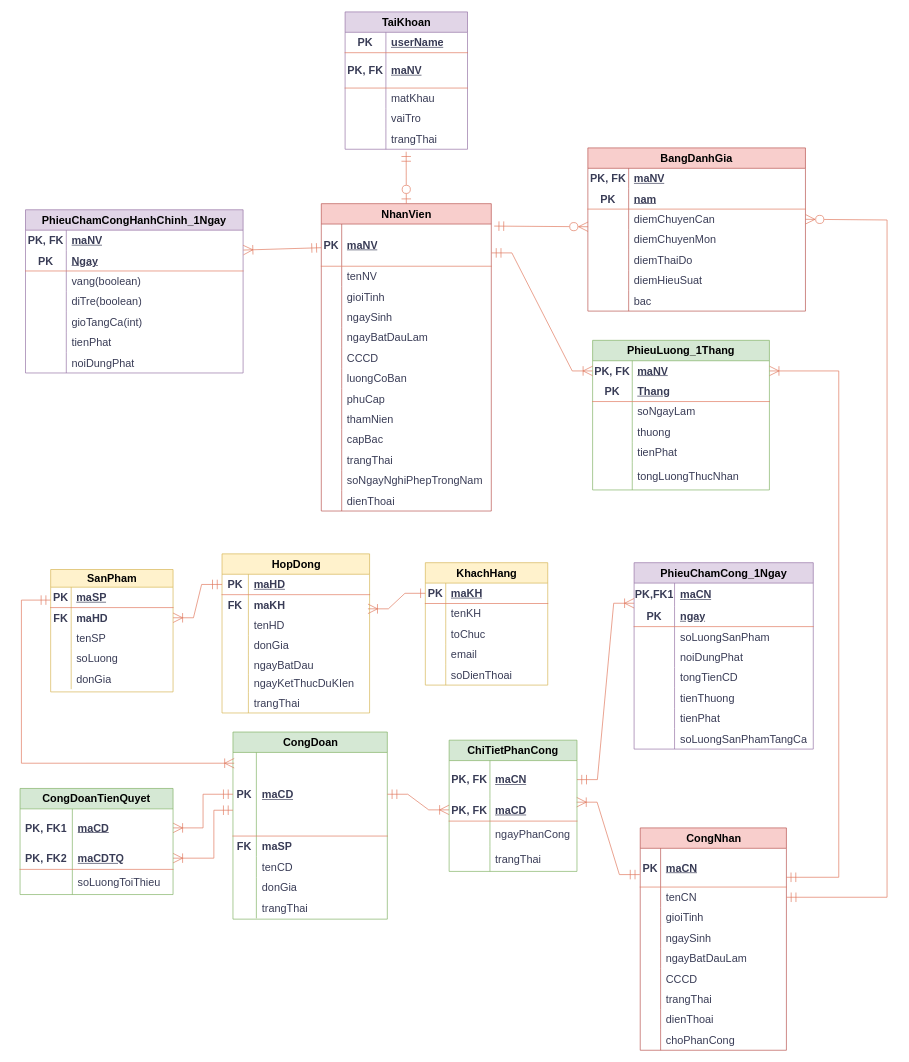
The draw.io diagram page "Class Nè" (2 of 3) of EntityRelationshipDiagram.drawio in TomTom2k/-management-of-a-ceramic-processing-company, before the edit. Source tidied: cells renumbered, new cells numbered last; positions are measured from the earlier drawing's top-left corner, leaving out a move shared by most shapes. Both pictures are drawn from the tidied source at 68%, with x=0, y=0 at pixel (20, 12).
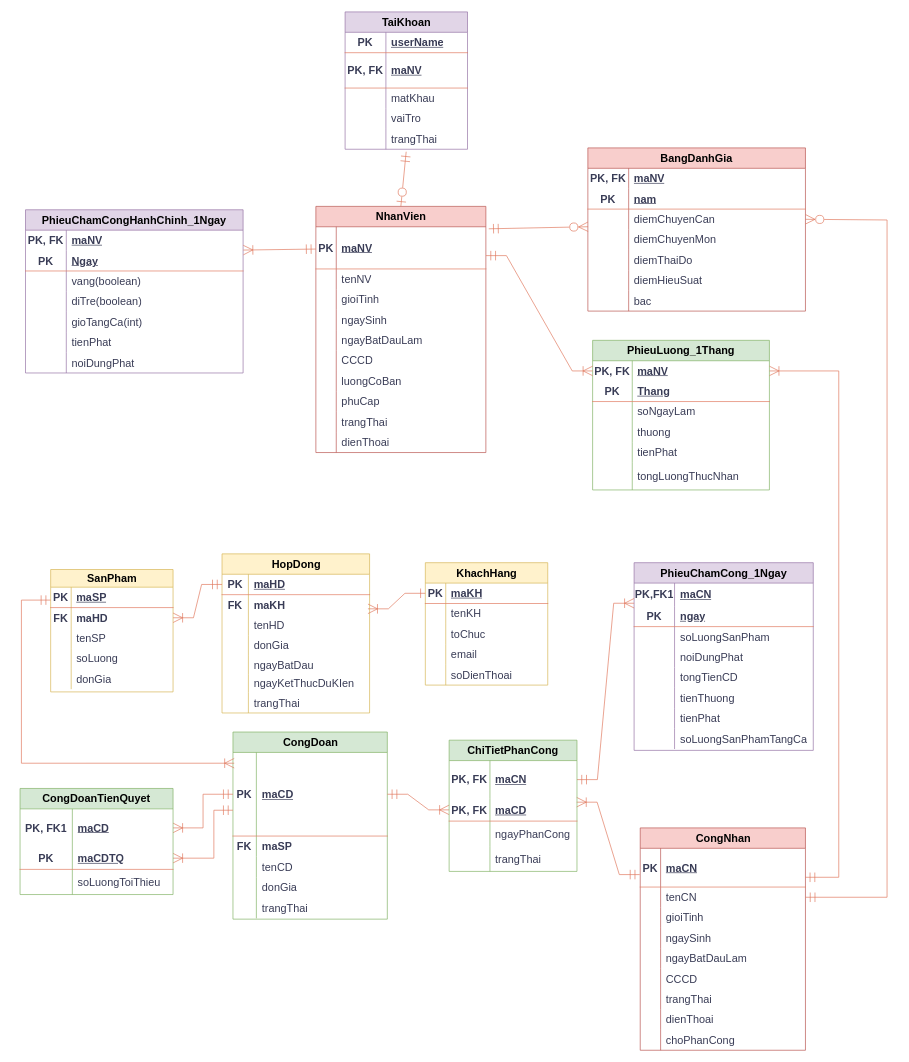
After the change.

Unchanged cells that the change refers to:
```xml
<mxCell id="251" style="shape=tableRow;horizontal=0;startSize=0;swimlaneHead=0;swimlaneBody=0;fillColor=none;points=[[0,0.5],[1,0.5]];portConstraint=eastwest;top=0;left=0;right=0;bottom=1;html=1;labelBackgroundColor=none;strokeColor=#E07A5F;fontColor=#393C56;fontSize=16;" parent="247" vertex="1">
  <mxGeometry y="86" width="225" height="33" as="geometry" />
</mxCell>
```

Change to the diagram source:
```diff
@@
     <mxCell id="2" value="CongNhan" style="shape=table;startSize=30;childLayout=tableLayout;rowLines=0;fontStyle=1;align=center;html=1;labelBackgroundColor=none;fillColor=#f8cecc;strokeColor=#b85450;fontSize=16;" parent="1" vertex="1">
-      <mxGeometry x="912" y="1200" width="215" height="327" as="geometry" />
+      <mxGeometry x="912" y="1200" width="243" height="327" as="geometry" />
     </mxCell>
     <mxCell id="3" style="shape=tableRow;horizontal=0;startSize=0;swimlaneHead=0;swimlaneBody=0;fillColor=none;points=[[0,0.5],[1,0.5]];portConstraint=eastwest;top=0;left=0;right=0;bottom=1;labelBackgroundColor=none;strokeColor=#E07A5F;fontColor=#393C56;fontSize=16;" parent="2" vertex="1">
-      <mxGeometry y="30" width="215" height="57" as="geometry" />
+      <mxGeometry y="30" width="243" height="57" as="geometry" />
     </mxCell>
@@
     <mxCell id="5" value="maCN" style="shape=partialRectangle;fillColor=none;top=0;left=0;bottom=0;right=0;align=left;spacingLeft=6;fontStyle=5;overflow=hidden;whiteSpace=wrap;html=1;labelBackgroundColor=none;strokeColor=#E07A5F;fontColor=#393C56;fontSize=16;" parent="3" vertex="1">
-      <mxGeometry x="30" width="185" height="57" as="geometry" />
+      <mxGeometry x="30" width="213" height="57" as="geometry" />
     </mxCell>
     <mxCell id="6" style="shape=tableRow;horizontal=0;startSize=0;swimlaneHead=0;swimlaneBody=0;fillColor=none;points=[[0,0.5],[1,0.5]];portConstraint=eastwest;top=0;left=0;right=0;bottom=0;labelBackgroundColor=none;strokeColor=#E07A5F;fontColor=#393C56;fontSize=16;" parent="2" vertex="1">
-      <mxGeometry y="87" width="215" height="30" as="geometry" />
+      <mxGeometry y="87" width="243" height="30" as="geometry" />
     </mxCell>
@@
     <mxCell id="8" value="tenCN" style="shape=partialRectangle;fillColor=none;top=0;left=0;bottom=0;right=0;align=left;spacingLeft=6;overflow=hidden;whiteSpace=wrap;html=1;labelBackgroundColor=none;strokeColor=#E07A5F;fontColor=#393C56;fontSize=16;" parent="6" vertex="1">
-      <mxGeometry x="30" width="185" height="30" as="geometry" />
+      <mxGeometry x="30" width="213" height="30" as="geometry" />
     </mxCell>
     <mxCell id="9" style="shape=tableRow;horizontal=0;startSize=0;swimlaneHead=0;swimlaneBody=0;fillColor=none;top=0;left=0;right=0;bottom=0;labelBackgroundColor=none;strokeColor=#E07A5F;fontColor=#393C56;fontSize=16;" parent="2" vertex="1">
-      <mxGeometry y="117" width="215" height="30" as="geometry" />
+      <mxGeometry y="117" width="243" height="30" as="geometry" />
     </mxCell>
@@
     <mxCell id="11" value="gioiTinh" style="shape=partialRectangle;fillColor=none;top=0;left=0;bottom=0;right=0;align=left;spacingLeft=6;overflow=hidden;whiteSpace=wrap;html=1;labelBackgroundColor=none;strokeColor=#E07A5F;fontColor=#393C56;fontSize=16;" parent="9" vertex="1">
-      <mxGeometry x="30" width="185" height="30" as="geometry" />
+      <mxGeometry x="30" width="213" height="30" as="geometry" />
     </mxCell>
     <mxCell id="12" style="shape=tableRow;horizontal=0;startSize=0;swimlaneHead=0;swimlaneBody=0;fillColor=none;top=0;left=0;right=0;bottom=0;labelBackgroundColor=none;strokeColor=#E07A5F;fontColor=#393C56;fontSize=16;" parent="2" vertex="1">
-      <mxGeometry y="147" width="215" height="30" as="geometry" />
+      <mxGeometry y="147" width="243" height="30" as="geometry" />
     </mxCell>
@@
     <mxCell id="14" value="ngaySinh" style="shape=partialRectangle;fillColor=none;top=0;left=0;bottom=0;right=0;align=left;spacingLeft=6;overflow=hidden;whiteSpace=wrap;html=1;labelBackgroundColor=none;strokeColor=#E07A5F;fontColor=#393C56;fontSize=16;" parent="12" vertex="1">
-      <mxGeometry x="30" width="185" height="30" as="geometry" />
+      <mxGeometry x="30" width="213" height="30" as="geometry" />
     </mxCell>
     <mxCell id="15" style="shape=tableRow;horizontal=0;startSize=0;swimlaneHead=0;swimlaneBody=0;fillColor=none;top=0;left=0;right=0;bottom=0;labelBackgroundColor=none;strokeColor=#E07A5F;fontColor=#393C56;fontSize=16;" parent="2" vertex="1">
-      <mxGeometry y="177" width="215" height="30" as="geometry" />
+      <mxGeometry y="177" width="243" height="30" as="geometry" />
     </mxCell>
@@
     <mxCell id="17" value="ngayBatDauLam" style="shape=partialRectangle;fillColor=none;top=0;left=0;bottom=0;right=0;align=left;spacingLeft=6;overflow=hidden;whiteSpace=wrap;html=1;labelBackgroundColor=none;strokeColor=#E07A5F;fontColor=#393C56;fontSize=16;" parent="15" vertex="1">
-      <mxGeometry x="30" width="185" height="30" as="geometry" />
+      <mxGeometry x="30" width="213" height="30" as="geometry" />
     </mxCell>
     <mxCell id="18" style="shape=tableRow;horizontal=0;startSize=0;swimlaneHead=0;swimlaneBody=0;fillColor=none;top=0;left=0;right=0;bottom=0;labelBackgroundColor=none;strokeColor=#E07A5F;fontColor=#393C56;fontSize=16;" parent="2" vertex="1">
-      <mxGeometry y="207" width="215" height="30" as="geometry" />
+      <mxGeometry y="207" width="243" height="30" as="geometry" />
     </mxCell>
@@
     <mxCell id="20" value="CCCD" style="shape=partialRectangle;fillColor=none;top=0;left=0;bottom=0;right=0;align=left;spacingLeft=6;overflow=hidden;whiteSpace=wrap;html=1;labelBackgroundColor=none;strokeColor=#E07A5F;fontColor=#393C56;fontSize=16;" parent="18" vertex="1">
-      <mxGeometry x="30" width="185" height="30" as="geometry" />
+      <mxGeometry x="30" width="213" height="30" as="geometry" />
     </mxCell>
     <mxCell id="21" style="shape=tableRow;horizontal=0;startSize=0;swimlaneHead=0;swimlaneBody=0;fillColor=none;top=0;left=0;right=0;bottom=0;labelBackgroundColor=none;strokeColor=#E07A5F;fontColor=#393C56;fontSize=16;" parent="2" vertex="1">
-      <mxGeometry y="237" width="215" height="30" as="geometry" />
+      <mxGeometry y="237" width="243" height="30" as="geometry" />
     </mxCell>
@@
     <mxCell id="23" value="trangThai" style="shape=partialRectangle;fillColor=none;top=0;left=0;bottom=0;right=0;align=left;spacingLeft=6;overflow=hidden;whiteSpace=wrap;html=1;labelBackgroundColor=none;strokeColor=#E07A5F;fontColor=#393C56;fontSize=16;" parent="21" vertex="1">
-      <mxGeometry x="30" width="185" height="30" as="geometry" />
+      <mxGeometry x="30" width="213" height="30" as="geometry" />
     </mxCell>
     <mxCell id="24" style="shape=tableRow;horizontal=0;startSize=0;swimlaneHead=0;swimlaneBody=0;fillColor=none;top=0;left=0;right=0;bottom=0;labelBackgroundColor=none;strokeColor=#E07A5F;fontColor=#393C56;fontSize=16;" parent="2" vertex="1">
-      <mxGeometry y="267" width="215" height="30" as="geometry" />
+      <mxGeometry y="267" width="243" height="30" as="geometry" />
     </mxCell>
@@
     <mxCell id="26" value="dienThoai" style="shape=partialRectangle;fillColor=none;top=0;left=0;bottom=0;right=0;align=left;spacingLeft=6;overflow=hidden;whiteSpace=wrap;html=1;labelBackgroundColor=none;strokeColor=#E07A5F;fontColor=#393C56;fontSize=16;" parent="24" vertex="1">
-      <mxGeometry x="30" width="185" height="30" as="geometry" />
+      <mxGeometry x="30" width="213" height="30" as="geometry" />
     </mxCell>
     <mxCell id="27" style="shape=tableRow;horizontal=0;startSize=0;swimlaneHead=0;swimlaneBody=0;fillColor=none;top=0;left=0;right=0;bottom=0;labelBackgroundColor=none;strokeColor=#E07A5F;fontColor=#393C56;fontSize=16;" parent="2" vertex="1">
-      <mxGeometry y="297" width="215" height="30" as="geometry" />
+      <mxGeometry y="297" width="243" height="30" as="geometry" />
     </mxCell>
@@
     <mxCell id="29" value="choPhanCong" style="shape=partialRectangle;fillColor=none;top=0;left=0;bottom=0;right=0;align=left;spacingLeft=6;overflow=hidden;whiteSpace=wrap;html=1;labelBackgroundColor=none;strokeColor=#E07A5F;fontColor=#393C56;fontSize=16;" parent="27" vertex="1">
-      <mxGeometry x="30" width="185" height="30" as="geometry" />
+      <mxGeometry x="30" width="213" height="30" as="geometry" />
     </mxCell>
@@
     <mxCell id="100" value="PhieuChamCong_1Ngay" style="shape=table;startSize=30;childLayout=tableLayout;rowLines=0;fontStyle=1;align=center;html=1;whiteSpace=wrap;labelBackgroundColor=none;fillColor=#e1d5e7;strokeColor=#9673a6;fontSize=16;" parent="1" vertex="1">
-      <mxGeometry x="903" y="810" width="263.5" height="274.1" as="geometry" />
+      <mxGeometry x="903" y="810" width="263.5" height="276" as="geometry" />
     </mxCell>
@@
     <mxCell id="125" value="NhanVien" style="shape=table;startSize=30;childLayout=tableLayout;rowLines=0;fontStyle=1;align=center;html=1;labelBackgroundColor=none;fillColor=#f8cecc;strokeColor=#b85450;fontSize=16;" parent="1" vertex="1">
-      <mxGeometry x="443" y="282" width="250" height="452" as="geometry" />
+      <mxGeometry x="435" y="286" width="250" height="362" as="geometry" />
     </mxCell>
@@
-    <mxCell id="150" style="shape=tableRow;horizontal=0;startSize=0;swimlaneHead=0;swimlaneBody=0;fillColor=none;top=0;left=0;right=0;bottom=0;labelBackgroundColor=none;strokeColor=#E07A5F;fontColor=#393C56;fontSize=16;" parent="125" vertex="1">
-      <mxGeometry y="302" width="250" height="30" as="geometry" />
-    </mxCell>
-    <mxCell id="151" style="shape=partialRectangle;fillColor=none;top=0;left=0;bottom=0;right=0;overflow=hidden;whiteSpace=wrap;html=1;labelBackgroundColor=none;strokeColor=#E07A5F;fontColor=#393C56;fontSize=16;" parent="150" vertex="1">
-      <mxGeometry width="30" height="30" as="geometry" />
-    </mxCell>
-    <mxCell id="152" value="thamNien" style="shape=partialRectangle;fillColor=none;top=0;left=0;bottom=0;right=0;align=left;spacingLeft=6;overflow=hidden;whiteSpace=wrap;html=1;labelBackgroundColor=none;strokeColor=#E07A5F;fontColor=#393C56;fontSize=16;" parent="150" vertex="1">
-      <mxGeometry x="30" width="220" height="30" as="geometry" />
-    </mxCell>
-    <mxCell id="153" style="shape=tableRow;horizontal=0;startSize=0;swimlaneHead=0;swimlaneBody=0;fillColor=none;top=0;left=0;right=0;bottom=0;labelBackgroundColor=none;strokeColor=#E07A5F;fontColor=#393C56;fontSize=16;" parent="125" vertex="1">
-      <mxGeometry y="332" width="250" height="30" as="geometry" />
-    </mxCell>
-    <mxCell id="154" style="shape=partialRectangle;fillColor=none;top=0;left=0;bottom=0;right=0;overflow=hidden;whiteSpace=wrap;html=1;labelBackgroundColor=none;strokeColor=#E07A5F;fontColor=#393C56;fontSize=16;" parent="153" vertex="1">
-      <mxGeometry width="30" height="30" as="geometry" />
-    </mxCell>
-    <mxCell id="155" value="capBac" style="shape=partialRectangle;fillColor=none;top=0;left=0;bottom=0;right=0;align=left;spacingLeft=6;overflow=hidden;whiteSpace=wrap;html=1;labelBackgroundColor=none;strokeColor=#E07A5F;fontColor=#393C56;fontSize=16;" parent="153" vertex="1">
-      <mxGeometry x="30" width="220" height="30" as="geometry" />
-    </mxCell>
     <mxCell id="156" style="shape=tableRow;horizontal=0;startSize=0;swimlaneHead=0;swimlaneBody=0;fillColor=none;top=0;left=0;right=0;bottom=0;labelBackgroundColor=none;strokeColor=#E07A5F;fontColor=#393C56;fontSize=16;" parent="125" vertex="1">
-      <mxGeometry y="362" width="250" height="30" as="geometry" />
+      <mxGeometry y="302" width="250" height="30" as="geometry" />
     </mxCell>
@@
-    <mxCell id="159" style="shape=tableRow;horizontal=0;startSize=0;swimlaneHead=0;swimlaneBody=0;fillColor=none;top=0;left=0;right=0;bottom=0;labelBackgroundColor=none;strokeColor=#E07A5F;fontColor=#393C56;fontSize=16;" parent="125" vertex="1">
-      <mxGeometry y="392" width="250" height="30" as="geometry" />
-    </mxCell>
-    <mxCell id="160" style="shape=partialRectangle;fillColor=none;top=0;left=0;bottom=0;right=0;overflow=hidden;whiteSpace=wrap;html=1;labelBackgroundColor=none;strokeColor=#E07A5F;fontColor=#393C56;fontSize=16;" parent="159" vertex="1">
-      <mxGeometry width="30" height="30" as="geometry" />
-    </mxCell>
-    <mxCell id="161" value="soNgayNghiPhepTrongNam" style="shape=partialRectangle;fillColor=none;top=0;left=0;bottom=0;right=0;align=left;spacingLeft=6;overflow=hidden;whiteSpace=wrap;html=1;labelBackgroundColor=none;strokeColor=#E07A5F;fontColor=#393C56;fontSize=16;" parent="159" vertex="1">
-      <mxGeometry x="30" width="220" height="30" as="geometry" />
-    </mxCell>
     <mxCell id="162" style="shape=tableRow;horizontal=0;startSize=0;swimlaneHead=0;swimlaneBody=0;fillColor=none;top=0;left=0;right=0;bottom=0;labelBackgroundColor=none;strokeColor=#E07A5F;fontColor=#393C56;fontSize=16;" parent="125" vertex="1">
-      <mxGeometry y="422" width="250" height="30" as="geometry" />
+      <mxGeometry y="332" width="250" height="30" as="geometry" />
     </mxCell>
@@
-    <mxCell id="252" value="PK, FK2" style="shape=partialRectangle;fillColor=none;top=0;left=0;bottom=0;right=0;fontStyle=1;overflow=hidden;html=1;whiteSpace=wrap;labelBackgroundColor=none;strokeColor=#E07A5F;fontColor=#393C56;fontSize=16;" parent="251" vertex="1">
+    <mxCell id="252" value="PK" style="shape=partialRectangle;fillColor=none;top=0;left=0;bottom=0;right=0;fontStyle=1;overflow=hidden;html=1;whiteSpace=wrap;labelBackgroundColor=none;strokeColor=#E07A5F;fontColor=#393C56;fontSize=16;" parent="251" vertex="1">
       <mxGeometry width="76.9" height="33" as="geometry" />
     </mxCell>
```
